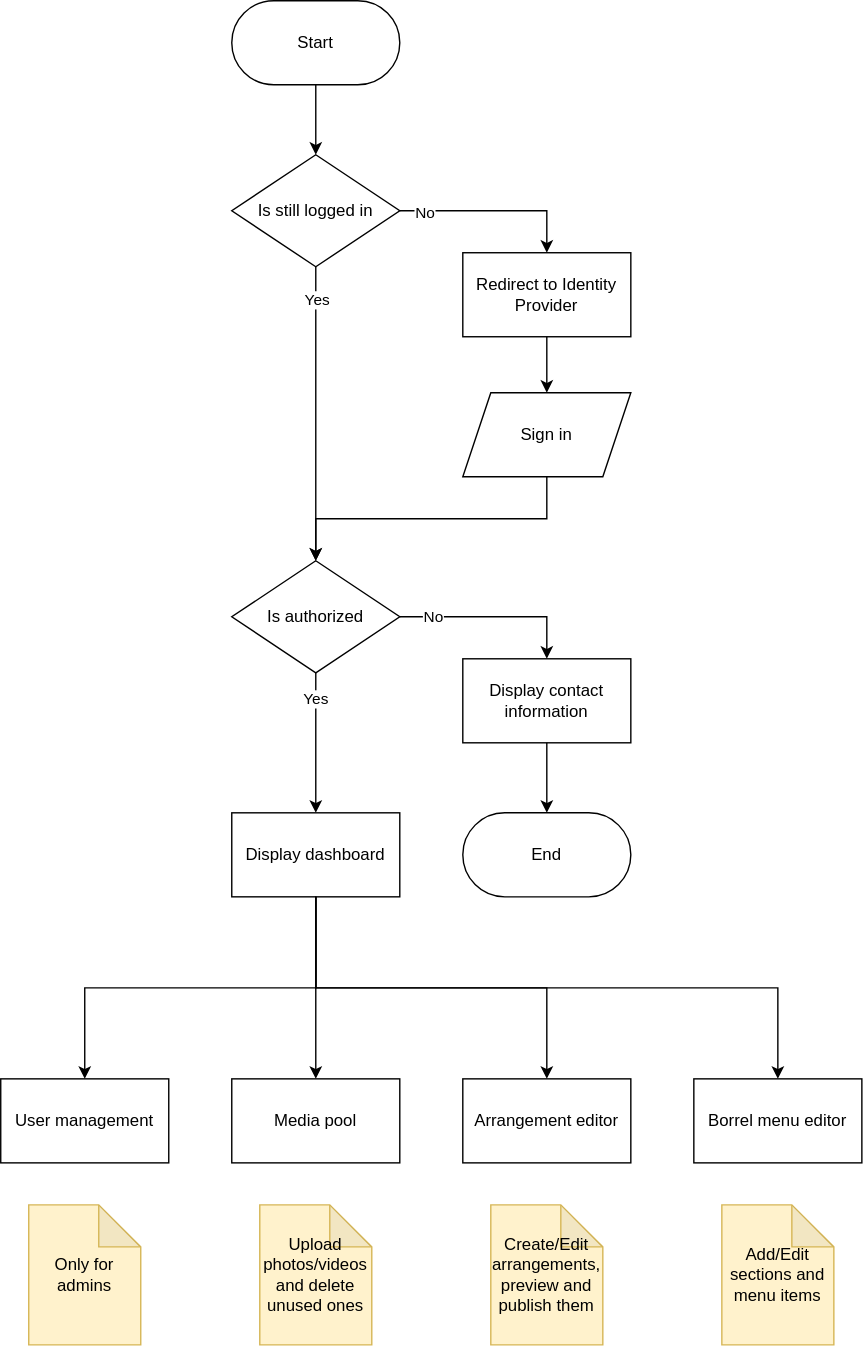
The draw.io diagram docs/flow_cms.drawio.svg in StudieverenigingSTORM/StoKa-TV, before a commit. Source tidied: cells renumbered, new cells last; positions are measured from the earlier drawing's top-left corner, leaving out a move shared by most shapes.
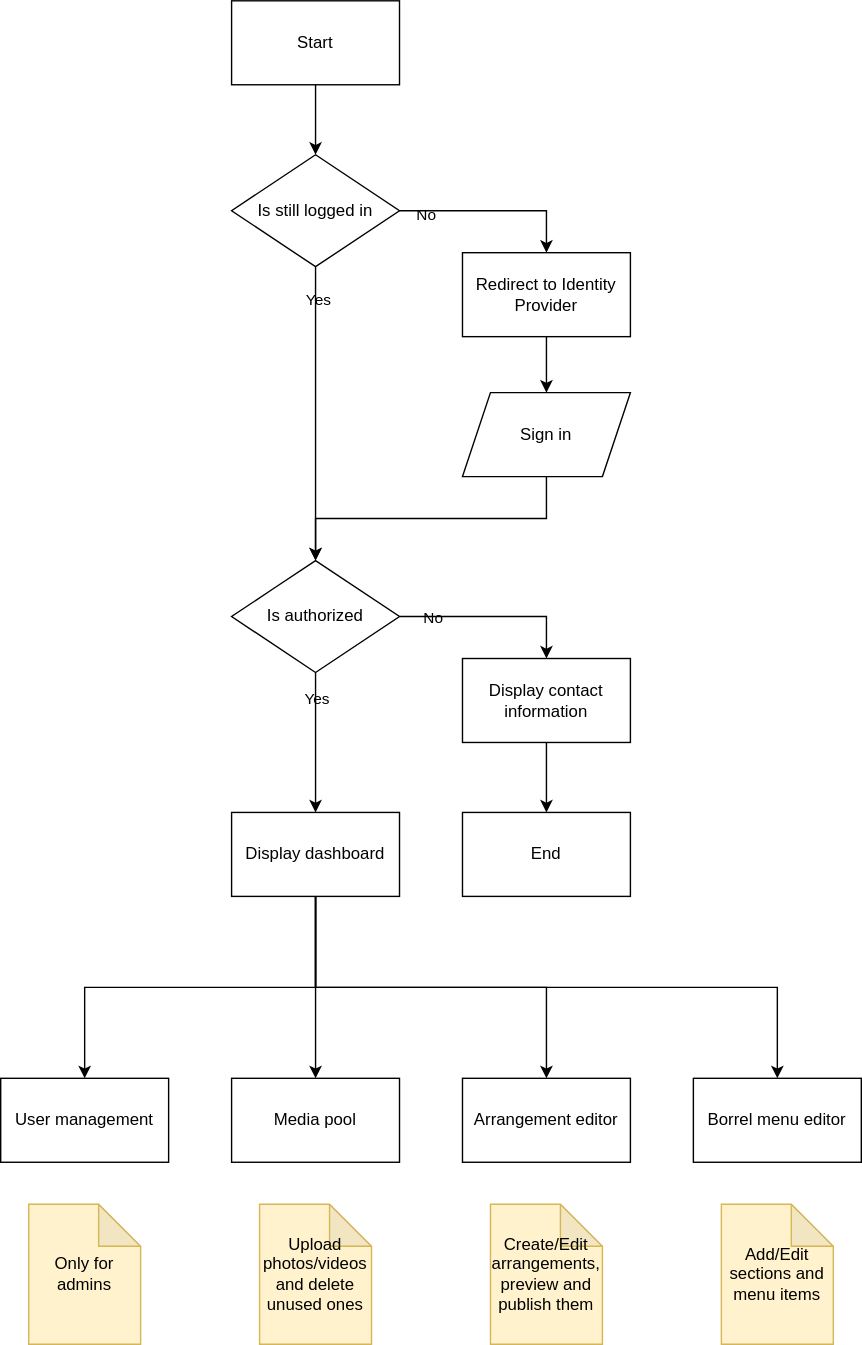
Above is the later version.

The edit, as a diff of the source:
```diff
@@ -1,89 +1,89 @@
-<mxGraphModel>
+<mxGraphModel background="#ffffff">
   <root>
     <mxCell id="0" />
     <mxCell id="1" parent="0" />
-    <mxCell id="2" style="edgeStyle=orthogonalEdgeStyle;rounded=0;jettySize=auto;html=1;exitX=0.5;exitY=1;exitDx=0;exitDy=0;entryX=0.5;entryY=0;entryDx=0;entryDy=0;" parent="1" edge="1" source="3" target="10">
+    <mxCell id="2" style="edgeStyle=orthogonalEdgeStyle;rounded=1;jettySize=auto;html=1;exitX=0.5;exitY=1;exitDx=0;exitDy=0;entryX=0.5;entryY=0;entryDx=0;entryDy=0;labelBackgroundColor=none;fontColor=#0;fontSize=12;strokeColor=#000000;arcSize=0;" parent="1" edge="1" source="3" target="10">
       <mxGeometry relative="1" as="geometry" />
     </mxCell>
-    <mxCell id="3" value="Start" style="rounded=1;whiteSpace=wrap;html=1;fillColor=none;arcSize=50;" parent="1" vertex="1">
+    <mxCell id="3" value="Start" style="rounded=1;whiteSpace=wrap;html=1;fillColor=none;arcSize=0;labelBackgroundColor=none;fontColor=#0;strokeColor=#000000;" parent="1" vertex="1">
       <mxGeometry x="165" width="120" height="60" as="geometry" />
     </mxCell>
-    <mxCell id="4" style="edgeStyle=orthogonalEdgeStyle;rounded=0;jettySize=auto;html=1;exitX=0.5;exitY=1;exitDx=0;exitDy=0;" parent="1" edge="1" source="5" target="12">
+    <mxCell id="4" style="edgeStyle=orthogonalEdgeStyle;rounded=1;jettySize=auto;html=1;exitX=0.5;exitY=1;exitDx=0;exitDy=0;labelBackgroundColor=none;fontColor=#0;fontSize=12;strokeColor=#000000;arcSize=0;" parent="1" edge="1" source="5" target="12">
       <mxGeometry relative="1" as="geometry" />
     </mxCell>
-    <mxCell id="5" value="Redirect to Identity Provider" style="rounded=1;whiteSpace=wrap;html=1;fontFamily=Helvetica;fontSize=12;align=center;arcSize=0;fillColor=none;" parent="1" vertex="1">
+    <mxCell id="5" value="Redirect to Identity Provider" style="rounded=1;whiteSpace=wrap;html=1;fontFamily=Helvetica;fontSize=12;align=center;arcSize=0;fillColor=none;labelBackgroundColor=none;fontColor=#0;strokeColor=#000000;" parent="1" vertex="1">
       <mxGeometry x="330" y="180" width="120" height="60" as="geometry" />
     </mxCell>
-    <mxCell id="6" style="edgeStyle=orthogonalEdgeStyle;rounded=0;jettySize=auto;html=1;exitX=1;exitY=0.5;exitDx=0;exitDy=0;entryX=0.5;entryY=0;entryDx=0;entryDy=0;" parent="1" edge="1" source="10" target="5">
+    <mxCell id="6" style="edgeStyle=orthogonalEdgeStyle;rounded=1;jettySize=auto;html=1;exitX=1;exitY=0.5;exitDx=0;exitDy=0;entryX=0.5;entryY=0;entryDx=0;entryDy=0;labelBackgroundColor=none;fontColor=#0;fontSize=12;strokeColor=#000000;arcSize=0;" parent="1" edge="1" source="10" target="5">
       <mxGeometry relative="1" as="geometry" />
     </mxCell>
-    <mxCell id="7" value="No" style="edgeLabel;html=1;align=center;verticalAlign=middle;" parent="6" vertex="1">
+    <mxCell id="7" value="No" style="edgeLabel;html=1;align=center;verticalAlign=middle;labelBackgroundColor=none;fontColor=#0;" parent="6" vertex="1">
       <mxGeometry x="-0.74" y="-2" relative="1" as="geometry" />
     </mxCell>
-    <mxCell id="8" style="edgeStyle=orthogonalEdgeStyle;rounded=0;jettySize=auto;html=1;exitX=0.5;exitY=1;exitDx=0;exitDy=0;entryX=0.5;entryY=0;entryDx=0;entryDy=0;" parent="1" edge="1" source="10" target="17">
+    <mxCell id="8" style="edgeStyle=orthogonalEdgeStyle;rounded=1;jettySize=auto;html=1;exitX=0.5;exitY=1;exitDx=0;exitDy=0;entryX=0.5;entryY=0;entryDx=0;entryDy=0;labelBackgroundColor=none;fontColor=#0;fontSize=12;strokeColor=#000000;arcSize=0;" parent="1" edge="1" source="10" target="17">
       <mxGeometry relative="1" as="geometry" />
     </mxCell>
-    <mxCell id="9" value="Yes" style="edgeLabel;html=1;align=center;verticalAlign=middle;" parent="8" vertex="1">
+    <mxCell id="9" value="Yes" style="edgeLabel;html=1;align=center;verticalAlign=middle;labelBackgroundColor=none;fontColor=#0;" parent="8" vertex="1">
       <mxGeometry x="-0.78" y="1" relative="1" as="geometry" />
     </mxCell>
-    <mxCell id="10" value="Is still logged in" style="rhombus;whiteSpace=wrap;html=1;fillColor=none;" parent="1" vertex="1">
+    <mxCell id="10" value="Is still logged in" style="rhombus;whiteSpace=wrap;html=1;fillColor=none;labelBackgroundColor=none;fontColor=#0;rounded=1;strokeColor=#000000;arcSize=0;" parent="1" vertex="1">
       <mxGeometry x="165" y="110" width="120" height="80" as="geometry" />
     </mxCell>
-    <mxCell id="11" style="edgeStyle=orthogonalEdgeStyle;rounded=0;jettySize=auto;html=1;exitX=0.5;exitY=1;exitDx=0;exitDy=0;entryX=0.5;entryY=0;entryDx=0;entryDy=0;" parent="1" edge="1" source="12" target="17">
+    <mxCell id="11" style="edgeStyle=orthogonalEdgeStyle;rounded=1;jettySize=auto;html=1;exitX=0.5;exitY=1;exitDx=0;exitDy=0;entryX=0.5;entryY=0;entryDx=0;entryDy=0;labelBackgroundColor=none;fontColor=#0;fontSize=12;strokeColor=#000000;arcSize=0;" parent="1" edge="1" source="12" target="17">
       <mxGeometry relative="1" as="geometry" />
     </mxCell>
-    <mxCell id="12" value="Sign in" style="shape=parallelogram;perimeter=parallelogramPerimeter;whiteSpace=wrap;html=1;fixedSize=1;rounded=1;arcSize=0;fillColor=none;" parent="1" vertex="1">
+    <mxCell id="12" value="Sign in" style="shape=parallelogram;perimeter=parallelogramPerimeter;whiteSpace=wrap;html=1;fixedSize=1;rounded=1;arcSize=0;fillColor=none;labelBackgroundColor=none;fontColor=#0;strokeColor=#000000;" parent="1" vertex="1">
       <mxGeometry x="330" y="280" width="120" height="60" as="geometry" />
     </mxCell>
-    <mxCell id="13" style="edgeStyle=orthogonalEdgeStyle;rounded=0;jettySize=auto;html=1;exitX=1;exitY=0.5;exitDx=0;exitDy=0;entryX=0.5;entryY=0;entryDx=0;entryDy=0;" parent="1" edge="1" source="17" target="19">
+    <mxCell id="13" style="edgeStyle=orthogonalEdgeStyle;rounded=1;jettySize=auto;html=1;exitX=1;exitY=0.5;exitDx=0;exitDy=0;entryX=0.5;entryY=0;entryDx=0;entryDy=0;labelBackgroundColor=none;fontColor=#0;fontSize=12;strokeColor=#000000;arcSize=0;" parent="1" edge="1" source="17" target="19">
       <mxGeometry relative="1" as="geometry" />
     </mxCell>
-    <mxCell id="14" value="No" style="edgeLabel;html=1;align=center;verticalAlign=middle;" parent="13" vertex="1">
+    <mxCell id="14" value="No" style="edgeLabel;html=1;align=center;verticalAlign=middle;labelBackgroundColor=none;fontColor=#0;" parent="13" vertex="1">
       <mxGeometry x="-0.66" relative="1" as="geometry" />
     </mxCell>
-    <mxCell id="15" style="edgeStyle=orthogonalEdgeStyle;rounded=0;jettySize=auto;html=1;exitX=0.5;exitY=1;exitDx=0;exitDy=0;entryX=0.5;entryY=0;entryDx=0;entryDy=0;" parent="1" edge="1" source="17" target="25">
+    <mxCell id="15" style="edgeStyle=orthogonalEdgeStyle;rounded=1;jettySize=auto;html=1;exitX=0.5;exitY=1;exitDx=0;exitDy=0;entryX=0.5;entryY=0;entryDx=0;entryDy=0;labelBackgroundColor=none;fontColor=#0;fontSize=12;strokeColor=#000000;arcSize=0;" parent="1" edge="1" source="17" target="25">
       <mxGeometry relative="1" as="geometry" />
     </mxCell>
-    <mxCell id="16" value="Yes" style="edgeLabel;html=1;align=center;verticalAlign=middle;" parent="15" vertex="1">
+    <mxCell id="16" value="Yes" style="edgeLabel;html=1;align=center;verticalAlign=middle;labelBackgroundColor=none;fontColor=#0;" parent="15" vertex="1">
       <mxGeometry x="-0.63" relative="1" as="geometry" />
     </mxCell>
-    <mxCell id="17" value="Is authorized" style="rhombus;whiteSpace=wrap;html=1;fillColor=none;" parent="1" vertex="1">
+    <mxCell id="17" value="Is authorized" style="rhombus;whiteSpace=wrap;html=1;fillColor=none;labelBackgroundColor=none;fontColor=#0;rounded=1;strokeColor=#000000;arcSize=0;" parent="1" vertex="1">
       <mxGeometry x="165" y="400" width="120" height="80" as="geometry" />
     </mxCell>
-    <mxCell id="18" style="edgeStyle=orthogonalEdgeStyle;rounded=0;jettySize=auto;html=1;exitX=0.5;exitY=1;exitDx=0;exitDy=0;entryX=0.5;entryY=0;entryDx=0;entryDy=0;" parent="1" edge="1" source="19" target="20">
+    <mxCell id="18" style="edgeStyle=orthogonalEdgeStyle;rounded=1;jettySize=auto;html=1;exitX=0.5;exitY=1;exitDx=0;exitDy=0;entryX=0.5;entryY=0;entryDx=0;entryDy=0;labelBackgroundColor=none;fontColor=#0;fontSize=12;strokeColor=#000000;arcSize=0;" parent="1" edge="1" source="19" target="20">
       <mxGeometry relative="1" as="geometry" />
     </mxCell>
-    <mxCell id="19" value="Display contact information" style="rounded=1;whiteSpace=wrap;html=1;fontFamily=Helvetica;fontSize=12;align=center;arcSize=0;fillColor=none;" parent="1" vertex="1">
+    <mxCell id="19" value="Display contact information" style="rounded=1;whiteSpace=wrap;html=1;fontFamily=Helvetica;fontSize=12;align=center;arcSize=0;fillColor=none;labelBackgroundColor=none;fontColor=#0;strokeColor=#000000;" parent="1" vertex="1">
       <mxGeometry x="330" y="470" width="120" height="60" as="geometry" />
     </mxCell>
-    <mxCell id="20" value="End" style="rounded=1;whiteSpace=wrap;html=1;fillColor=none;arcSize=50;" parent="1" vertex="1">
+    <mxCell id="20" value="End" style="rounded=1;whiteSpace=wrap;html=1;fillColor=none;arcSize=0;labelBackgroundColor=none;fontColor=#0;strokeColor=#000000;" parent="1" vertex="1">
       <mxGeometry x="330" y="580" width="120" height="60" as="geometry" />
     </mxCell>
-    <mxCell id="21" style="edgeStyle=orthogonalEdgeStyle;rounded=0;jettySize=auto;html=1;exitX=0.5;exitY=1;exitDx=0;exitDy=0;entryX=0.5;entryY=0;entryDx=0;entryDy=0;" parent="1" edge="1" source="25" target="26">
+    <mxCell id="21" style="edgeStyle=orthogonalEdgeStyle;rounded=1;jettySize=auto;html=1;exitX=0.5;exitY=1;exitDx=0;exitDy=0;entryX=0.5;entryY=0;entryDx=0;entryDy=0;labelBackgroundColor=none;fontColor=#0;fontSize=12;strokeColor=#000000;arcSize=0;" parent="1" edge="1" source="25" target="26">
       <mxGeometry relative="1" as="geometry" />
     </mxCell>
-    <mxCell id="22" style="edgeStyle=orthogonalEdgeStyle;rounded=0;jettySize=auto;html=1;exitX=0.5;exitY=1;exitDx=0;exitDy=0;" parent="1" edge="1" source="25" target="28">
+    <mxCell id="22" style="edgeStyle=orthogonalEdgeStyle;rounded=1;jettySize=auto;html=1;exitX=0.5;exitY=1;exitDx=0;exitDy=0;labelBackgroundColor=none;fontColor=#0;fontSize=12;strokeColor=#000000;arcSize=0;" parent="1" edge="1" source="25" target="28">
       <mxGeometry relative="1" as="geometry" />
     </mxCell>
-    <mxCell id="23" style="edgeStyle=orthogonalEdgeStyle;rounded=0;jettySize=auto;html=1;exitX=0.5;exitY=1;exitDx=0;exitDy=0;entryX=0.5;entryY=0;entryDx=0;entryDy=0;" parent="1" edge="1" source="25" target="27">
+    <mxCell id="23" style="edgeStyle=orthogonalEdgeStyle;rounded=1;jettySize=auto;html=1;exitX=0.5;exitY=1;exitDx=0;exitDy=0;entryX=0.5;entryY=0;entryDx=0;entryDy=0;labelBackgroundColor=none;fontColor=#0;fontSize=12;strokeColor=#000000;arcSize=0;" parent="1" edge="1" source="25" target="27">
       <mxGeometry relative="1" as="geometry" />
     </mxCell>
-    <mxCell id="24" style="edgeStyle=orthogonalEdgeStyle;rounded=0;jettySize=auto;html=1;exitX=0.5;exitY=1;exitDx=0;exitDy=0;entryX=0.5;entryY=0;entryDx=0;entryDy=0;" parent="1" edge="1" source="25" target="29">
+    <mxCell id="24" style="edgeStyle=orthogonalEdgeStyle;rounded=1;jettySize=auto;html=1;exitX=0.5;exitY=1;exitDx=0;exitDy=0;entryX=0.5;entryY=0;entryDx=0;entryDy=0;labelBackgroundColor=none;fontColor=#0;fontSize=12;strokeColor=#000000;arcSize=0;" parent="1" edge="1" source="25" target="29">
       <mxGeometry relative="1" as="geometry" />
     </mxCell>
-    <mxCell id="25" value="Display dashboard" style="rounded=1;whiteSpace=wrap;html=1;fontFamily=Helvetica;fontSize=12;align=center;arcSize=0;fillColor=none;" parent="1" vertex="1">
+    <mxCell id="25" value="Display dashboard" style="rounded=1;whiteSpace=wrap;html=1;fontFamily=Helvetica;fontSize=12;align=center;arcSize=0;fillColor=none;labelBackgroundColor=none;fontColor=#0;strokeColor=#000000;" parent="1" vertex="1">
       <mxGeometry x="165" y="580" width="120" height="60" as="geometry" />
     </mxCell>
-    <mxCell id="26" value="User management" style="rounded=1;whiteSpace=wrap;html=1;fontFamily=Helvetica;fontSize=12;align=center;arcSize=0;fillColor=none;" parent="1" vertex="1">
+    <mxCell id="26" value="User management" style="rounded=1;whiteSpace=wrap;html=1;fontFamily=Helvetica;fontSize=12;align=center;arcSize=0;fillColor=none;labelBackgroundColor=none;fontColor=#0;strokeColor=#000000;" parent="1" vertex="1">
       <mxGeometry y="770" width="120" height="60" as="geometry" />
     </mxCell>
-    <mxCell id="27" value="Media pool" style="rounded=1;whiteSpace=wrap;html=1;fontFamily=Helvetica;fontSize=12;align=center;arcSize=0;fillColor=none;" parent="1" vertex="1">
+    <mxCell id="27" value="Media pool" style="rounded=1;whiteSpace=wrap;html=1;fontFamily=Helvetica;fontSize=12;align=center;arcSize=0;fillColor=none;labelBackgroundColor=none;fontColor=#0;strokeColor=#000000;" parent="1" vertex="1">
       <mxGeometry x="165" y="770" width="120" height="60" as="geometry" />
     </mxCell>
-    <mxCell id="28" value="Arrangement editor" style="rounded=1;whiteSpace=wrap;html=1;fontFamily=Helvetica;fontSize=12;align=center;arcSize=0;fillColor=none;" parent="1" vertex="1">
+    <mxCell id="28" value="Arrangement editor" style="rounded=1;whiteSpace=wrap;html=1;fontFamily=Helvetica;fontSize=12;align=center;arcSize=0;fillColor=none;labelBackgroundColor=none;fontColor=#0;strokeColor=#000000;" parent="1" vertex="1">
       <mxGeometry x="330" y="770" width="120" height="60" as="geometry" />
     </mxCell>
-    <mxCell id="29" value="Borrel menu editor" style="rounded=1;whiteSpace=wrap;html=1;fontFamily=Helvetica;fontSize=12;align=center;arcSize=0;fillColor=none;" parent="1" vertex="1">
+    <mxCell id="29" value="Borrel menu editor" style="rounded=1;whiteSpace=wrap;html=1;fontFamily=Helvetica;fontSize=12;align=center;arcSize=0;fillColor=none;labelBackgroundColor=none;fontColor=#0;strokeColor=#000000;" parent="1" vertex="1">
       <mxGeometry x="495" y="770" width="120" height="60" as="geometry" />
     </mxCell>
     <mxCell id="30" value="Only for admins" style="shape=note;whiteSpace=wrap;html=1;backgroundOutline=1;darkOpacity=0.05;fillColor=#fff2cc;strokeColor=#d6b656;fontColor=#000000;" parent="1" vertex="1">
```
